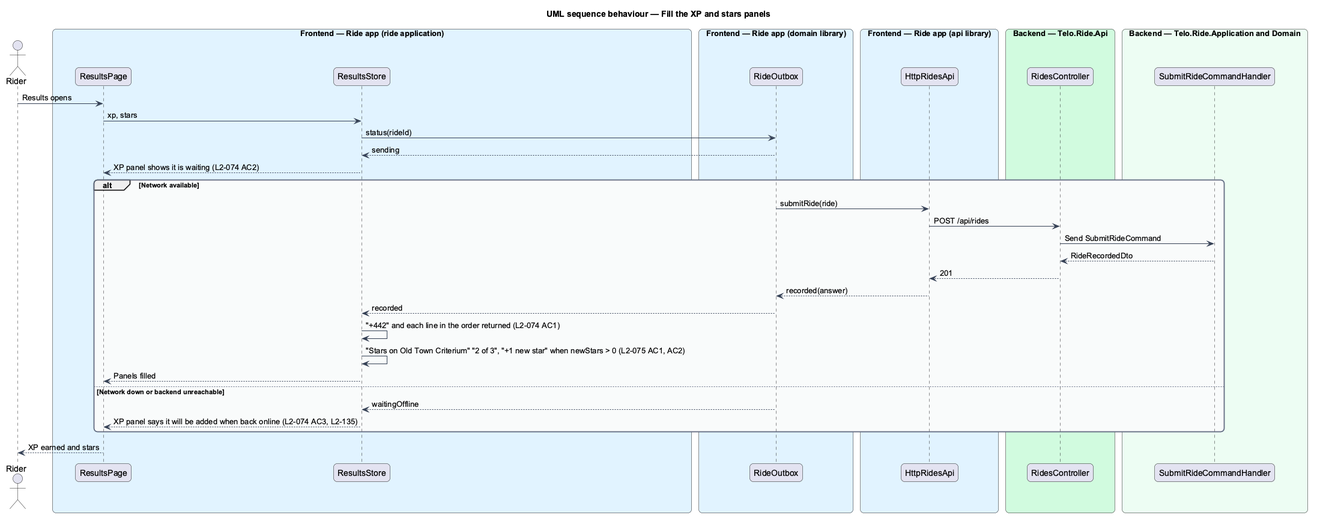
QuinntyneBrown/ride-one keeps this PlantUML diagram as docs/detailed-designs/results/show-xp-stars-and-personal-best/diagrams/sequence-fill-xp-and-stars.png. Above is the earlier version. The source it was exported from:
```plantuml
@startuml
title UML sequence behaviour — Fill the XP and stars panels
skinparam backgroundColor #FFFFFF
skinparam shadowing false
skinparam roundcorner 12
skinparam defaultFontName Arial
skinparam ArrowColor #344054
skinparam rectangle {
  BorderColor #344054
  FontColor #101828
}
skinparam package {
  BorderColor #667085
  FontColor #101828
  BackgroundColor #F9FAFB
}
actor "Rider" as actor
box "Frontend — Ride app (ride application)" #E0F2FE
  participant "ResultsPage" as page
  participant "ResultsStore" as store
end box
box "Frontend — Ride app (domain library)" #E0F2FE
  participant "RideOutbox" as outbox
end box
box "Frontend — Ride app (api library)" #E0F2FE
  participant "HttpRidesApi" as client
end box
box "Backend — Telo.Ride.Api" #D1FADF
  participant "RidesController" as ctrl
end box
box "Backend — Telo.Ride.Application and Domain" #ECFDF3
  participant "SubmitRideCommandHandler" as handler
end box
actor -> page : Results opens
page -> store : xp, stars
store -> outbox : status(rideId)
outbox --> store : sending
store --> page : XP panel shows it is waiting (L2-074 AC2)
alt Network available
  outbox -> client : submitRide(ride)
  client -> ctrl : POST /api/rides
  ctrl -> handler : Send SubmitRideCommand
  handler --> ctrl : RideRecordedDto
  ctrl --> client : 201
  client --> outbox : recorded(answer)
  outbox --> store : recorded
  store -> store : "+442" and each line in the order returned (L2-074 AC1)
  store -> store : "Stars on Old Town Criterium" "2 of 3", "+1 new star" when newStars > 0 (L2-075 AC1, AC2)
  store --> page : Panels filled
else Network down or backend unreachable
  outbox --> store : waitingOffline
  store --> page : XP panel says it will be added when back online (L2-074 AC3, L2-135)
end
page --> actor : XP earned and stars
@enduml
```
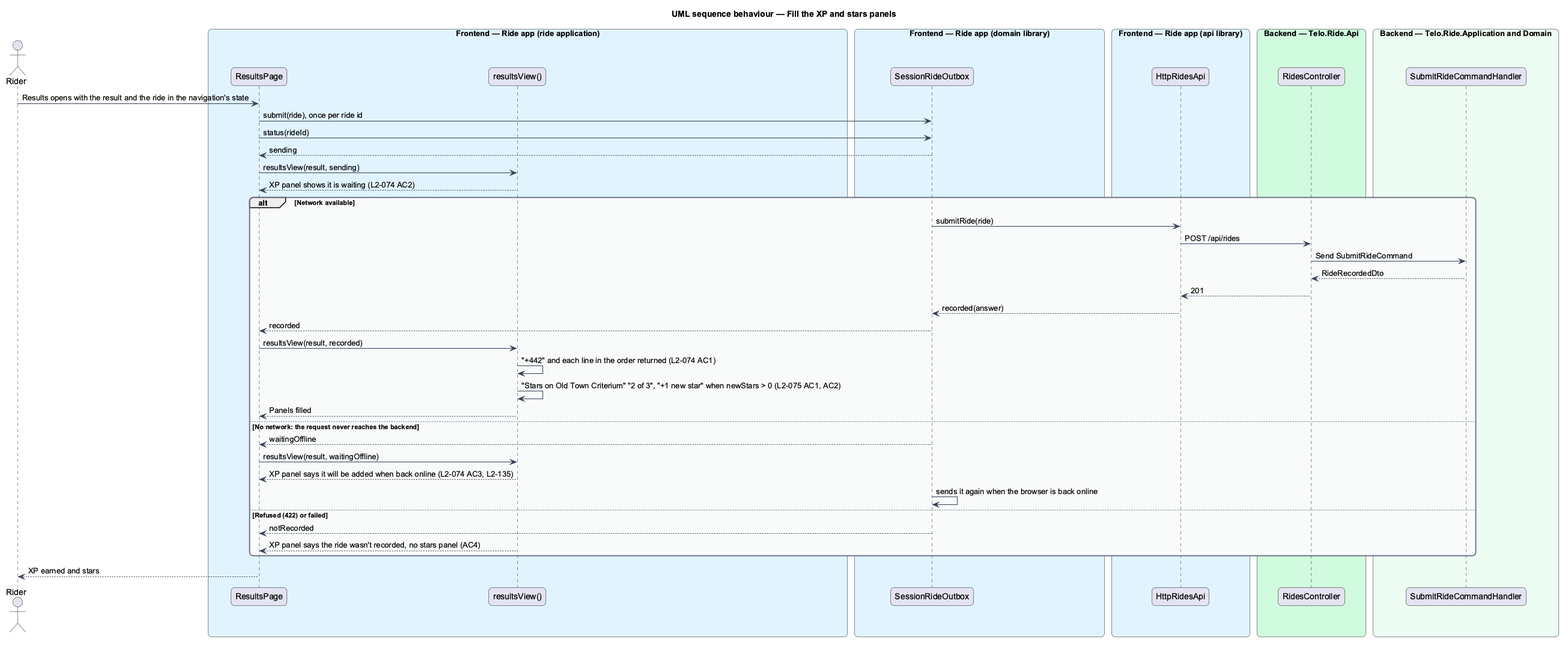
After the commit.

The edit, as a diff of the source:
```diff
@@ -17,10 +17,10 @@
 actor "Rider" as actor
 box "Frontend — Ride app (ride application)" #E0F2FE
   participant "ResultsPage" as page
-  participant "ResultsStore" as store
+  participant "resultsView()" as store
 end box
 box "Frontend — Ride app (domain library)" #E0F2FE
-  participant "RideOutbox" as outbox
+  participant "SessionRideOutbox" as outbox
 end box
 box "Frontend — Ride app (api library)" #E0F2FE
   participant "HttpRidesApi" as client
@@ -31,10 +31,11 @@
 box "Backend — Telo.Ride.Application and Domain" #ECFDF3
   participant "SubmitRideCommandHandler" as handler
 end box
-actor -> page : Results opens
-page -> store : xp, stars
-store -> outbox : status(rideId)
-outbox --> store : sending
+actor -> page : Results opens with the result and the ride in the navigation's state
+page -> outbox : submit(ride), once per ride id
+page -> outbox : status(rideId)
+outbox --> page : sending
+page -> store : resultsView(result, sending)
 store --> page : XP panel shows it is waiting (L2-074 AC2)
 alt Network available
   outbox -> client : submitRide(ride)
@@ -43,13 +44,19 @@
   handler --> ctrl : RideRecordedDto
   ctrl --> client : 201
   client --> outbox : recorded(answer)
-  outbox --> store : recorded
+  outbox --> page : recorded
+  page -> store : resultsView(result, recorded)
   store -> store : "+442" and each line in the order returned (L2-074 AC1)
   store -> store : "Stars on Old Town Criterium" "2 of 3", "+1 new star" when newStars > 0 (L2-075 AC1, AC2)
   store --> page : Panels filled
-else Network down or backend unreachable
-  outbox --> store : waitingOffline
+else No network: the request never reaches the backend
+  outbox --> page : waitingOffline
+  page -> store : resultsView(result, waitingOffline)
   store --> page : XP panel says it will be added when back online (L2-074 AC3, L2-135)
+  outbox -> outbox : sends it again when the browser is back online
+else Refused (422) or failed
+  outbox --> page : notRecorded
+  store --> page : XP panel says the ride wasn't recorded, no stars panel (AC4)
 end
 page --> actor : XP earned and stars
 @enduml
```
